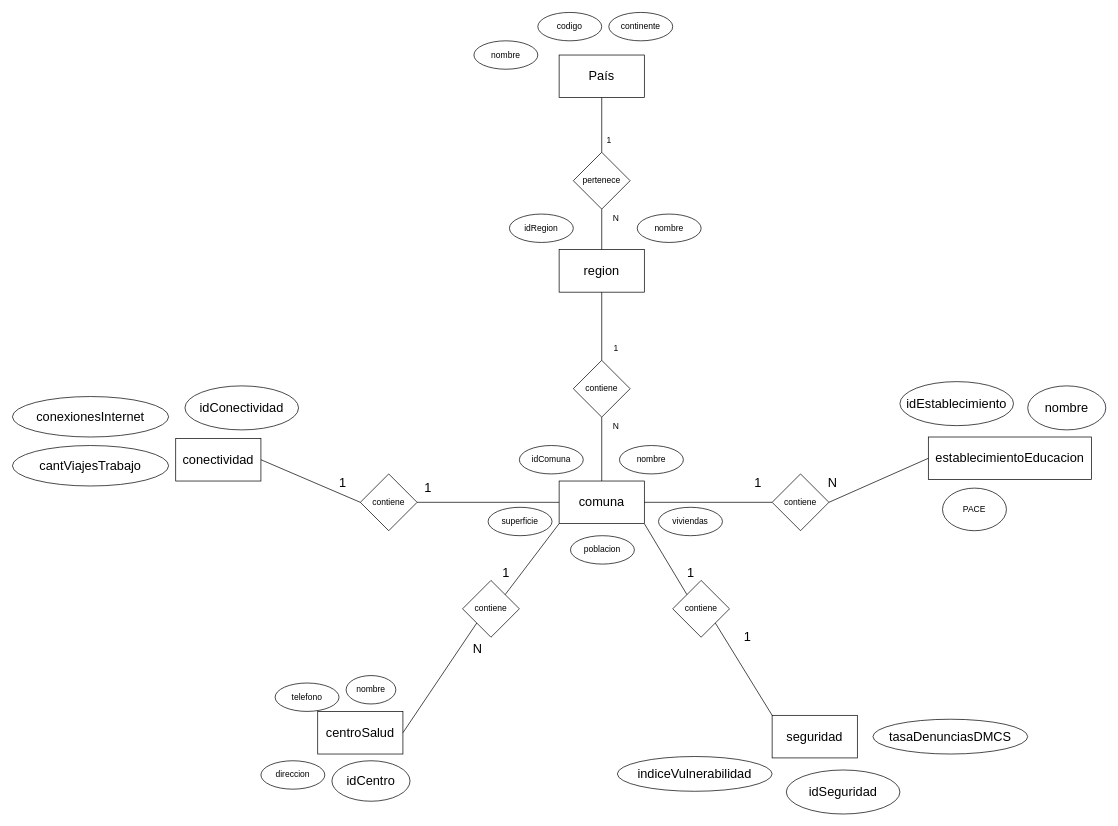
The draw.io diagram Parte_B/diagrama entidad-relacion.drawio in LuisPa197/INFO133-equipo01, before the edit. Source tidied: cells renumbered, new cells numbered last; positions are measured from the earlier drawing's top-left corner, leaving out a move shared by most shapes. Both pictures are drawn from the tidied source at 71%, with x=0, y=0 at pixel (12, 12).
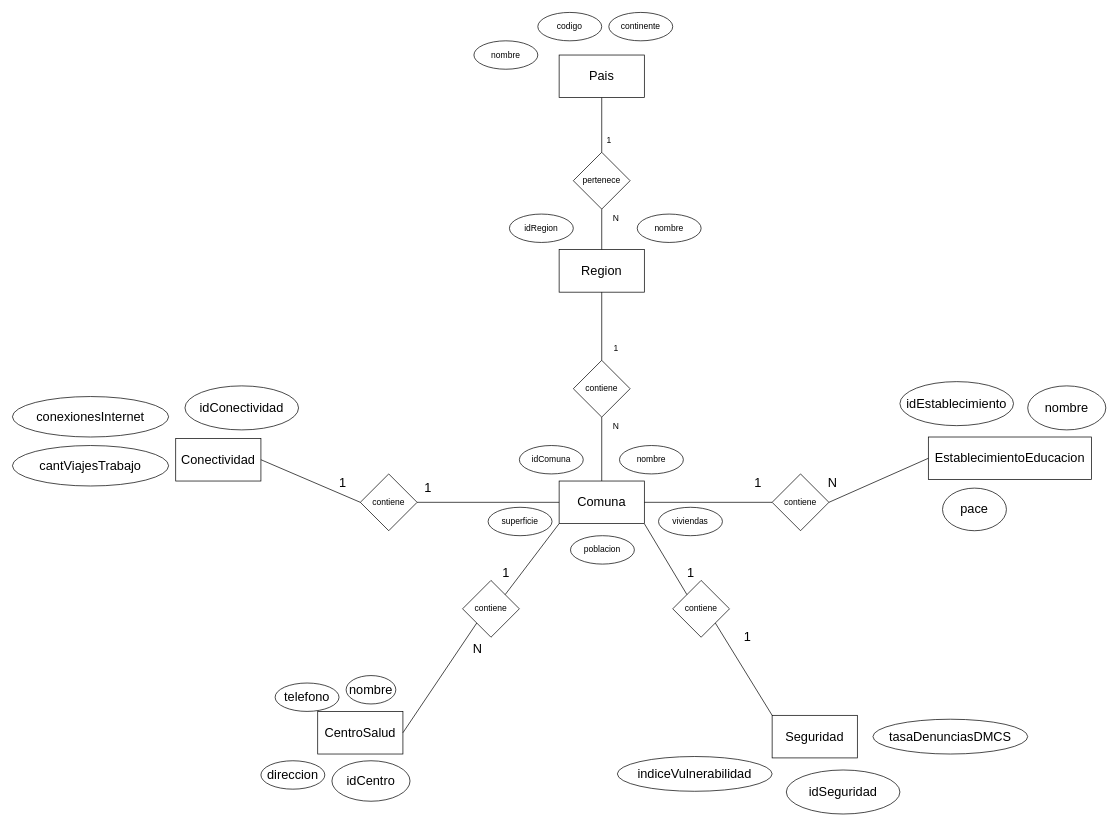
The same diagram, later.

Diff of the diagram source:
```diff
@@
-    <mxCell id="2" value="&lt;font style=&quot;font-size: 18px;&quot;&gt;País&lt;/font&gt;" style="rounded=0;whiteSpace=wrap;html=1;" parent="1" vertex="1">
+    <mxCell id="2" value="&lt;font style=&quot;font-size: 18px;&quot;&gt;Pais&lt;/font&gt;" style="rounded=0;whiteSpace=wrap;html=1;" parent="1" vertex="1">
       <mxGeometry x="770" y="60" width="120" height="60" as="geometry" />
     </mxCell>
-    <mxCell id="3" value="&lt;font style=&quot;font-size: 18px;&quot;&gt;region&lt;/font&gt;" style="rounded=0;whiteSpace=wrap;html=1;" parent="1" vertex="1">
+    <mxCell id="3" value="&lt;font style=&quot;font-size: 18px;&quot;&gt;Region&lt;/font&gt;" style="rounded=0;whiteSpace=wrap;html=1;" parent="1" vertex="1">
       <mxGeometry x="770" y="334" width="120" height="60" as="geometry" />
     </mxCell>
-    <mxCell id="4" value="&lt;font style=&quot;font-size: 18px;&quot;&gt;comuna&lt;/font&gt;" style="rounded=0;whiteSpace=wrap;html=1;" parent="1" vertex="1">
+    <mxCell id="4" value="&lt;font style=&quot;font-size: 18px;&quot;&gt;Comuna&lt;/font&gt;" style="rounded=0;whiteSpace=wrap;html=1;" parent="1" vertex="1">
       <mxGeometry x="770" y="660" width="120" height="60" as="geometry" />
     </mxCell>
@@
-    <mxCell id="23" value="&lt;span style=&quot;font-size: 18px;&quot;&gt;establecimientoEducacion&lt;/span&gt;" style="rounded=0;whiteSpace=wrap;html=1;" parent="1" vertex="1">
+    <mxCell id="23" value="&lt;span style=&quot;font-size: 18px;&quot;&gt;EstablecimientoEducacion&lt;/span&gt;" style="rounded=0;whiteSpace=wrap;html=1;" parent="1" vertex="1">
       <mxGeometry x="1290" y="598" width="230" height="60" as="geometry" />
     </mxCell>
-    <mxCell id="24" value="&lt;font style=&quot;font-size: 18px;&quot;&gt;seguridad&lt;/font&gt;" style="rounded=0;whiteSpace=wrap;html=1;" parent="1" vertex="1">
+    <mxCell id="24" value="&lt;font style=&quot;font-size: 18px;&quot;&gt;Seguridad&lt;/font&gt;" style="rounded=0;whiteSpace=wrap;html=1;" parent="1" vertex="1">
       <mxGeometry x="1070" y="990" width="120" height="60" as="geometry" />
     </mxCell>
-    <mxCell id="25" value="&lt;span style=&quot;font-size: 18px;&quot;&gt;centroSalud&lt;/span&gt;" style="rounded=0;whiteSpace=wrap;html=1;" parent="1" vertex="1">
+    <mxCell id="25" value="&lt;span style=&quot;font-size: 18px;&quot;&gt;CentroSalud&lt;/span&gt;" style="rounded=0;whiteSpace=wrap;html=1;" parent="1" vertex="1">
       <mxGeometry x="430" y="984.5" width="120" height="60" as="geometry" />
     </mxCell>
-    <mxCell id="26" value="&lt;font style=&quot;font-size: 18px;&quot;&gt;conectividad&lt;/font&gt;" style="rounded=0;whiteSpace=wrap;html=1;" parent="1" vertex="1">
+    <mxCell id="26" value="&lt;font style=&quot;font-size: 18px;&quot;&gt;Conectividad&lt;/font&gt;" style="rounded=0;whiteSpace=wrap;html=1;" parent="1" vertex="1">
       <mxGeometry x="230" y="600" width="120" height="60" as="geometry" />
     </mxCell>
@@
-    <mxCell id="34" value="PACE" style="ellipse;whiteSpace=wrap;html=1;" parent="1" vertex="1">
+    <mxCell id="34" value="&lt;font style=&quot;font-size: 18px;&quot;&gt;pace&lt;/font&gt;" style="ellipse;whiteSpace=wrap;html=1;" parent="1" vertex="1">
       <mxGeometry x="1310" y="670" width="90" height="60" as="geometry" />
     </mxCell>
@@
-    <mxCell id="59" value="nombre" style="ellipse;whiteSpace=wrap;html=1;" parent="1" vertex="1">
+    <mxCell id="59" value="&lt;font style=&quot;font-size: 18px;&quot;&gt;nombre&lt;/font&gt;" style="ellipse;whiteSpace=wrap;html=1;" parent="1" vertex="1">
       <mxGeometry x="470" y="934" width="70" height="40" as="geometry" />
     </mxCell>
-    <mxCell id="60" value="telefono" style="ellipse;whiteSpace=wrap;html=1;" parent="1" vertex="1">
+    <mxCell id="60" value="&lt;font style=&quot;font-size: 18px;&quot;&gt;telefono&lt;/font&gt;" style="ellipse;whiteSpace=wrap;html=1;" parent="1" vertex="1">
       <mxGeometry x="370" y="944.5" width="90" height="40" as="geometry" />
     </mxCell>
-    <mxCell id="61" value="direccion" style="ellipse;whiteSpace=wrap;html=1;" parent="1" vertex="1">
+    <mxCell id="61" value="&lt;font style=&quot;font-size: 18px;&quot;&gt;direccion&lt;/font&gt;" style="ellipse;whiteSpace=wrap;html=1;" parent="1" vertex="1">
       <mxGeometry x="350" y="1054" width="90" height="40" as="geometry" />
     </mxCell>
```
